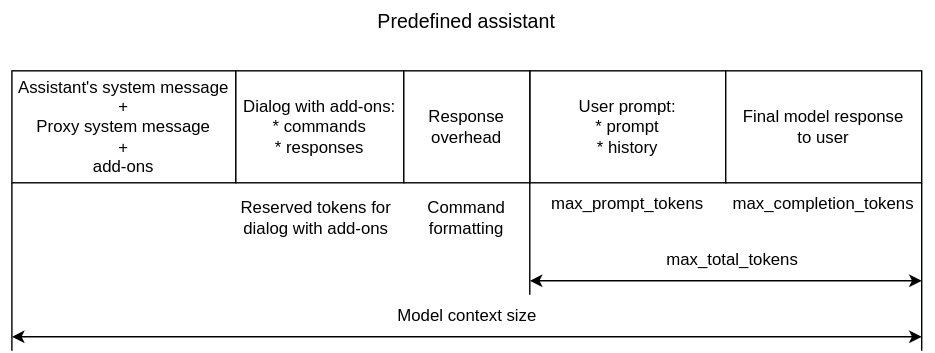
Earlier version of the draw.io export generic_assistant_context_breakdown.svg (epam/ai-dial-assistant). Source tidied: cells renumbered, new cells last; positions are measured from the earlier drawing's top-left corner, leaving out a move shared by most shapes. Source of this version:
```xml
<mxGraphModel>
  <root>
    <mxCell id="0" />
    <mxCell id="1" parent="0" />
    <mxCell id="2" value="Assistant's system message&lt;br&gt;+&lt;br&gt;Proxy system message&lt;br&gt;+&lt;br&gt;add-ons" style="rounded=0;whiteSpace=wrap;html=1;" parent="1" vertex="1">
      <mxGeometry y="50" width="160" height="80" as="geometry" />
    </mxCell>
    <mxCell id="3" value="User prompt:&lt;br&gt;* prompt&lt;br&gt;* history" style="rounded=0;whiteSpace=wrap;html=1;" parent="1" vertex="1">
      <mxGeometry x="370" y="50" width="140" height="80" as="geometry" />
    </mxCell>
    <mxCell id="4" value="Dialog with add-ons:&lt;br&gt;* commands&lt;br&gt;* responses" style="rounded=0;whiteSpace=wrap;html=1;" parent="1" vertex="1">
      <mxGeometry x="160" y="50" width="120" height="80" as="geometry" />
    </mxCell>
    <mxCell id="5" value="&lt;font style=&quot;font-size: 14px;&quot;&gt;Predefined assistant&lt;/font&gt;" style="text;html=1;strokeColor=none;fillColor=none;align=center;verticalAlign=middle;whiteSpace=wrap;rounded=0;" parent="1" vertex="1">
      <mxGeometry x="235" width="180" height="30" as="geometry" />
    </mxCell>
    <mxCell id="6" value="Final model response&lt;br&gt;to user" style="rounded=0;whiteSpace=wrap;html=1;" parent="1" vertex="1">
      <mxGeometry x="510" y="50" width="140" height="80" as="geometry" />
    </mxCell>
    <mxCell id="7" value="max_prompt_tokens" style="text;html=1;strokeColor=none;fillColor=none;align=center;verticalAlign=middle;whiteSpace=wrap;rounded=0;" parent="1" vertex="1">
      <mxGeometry x="380" y="130" width="120" height="30" as="geometry" />
    </mxCell>
    <mxCell id="8" value="max_completion_tokens" style="text;html=1;strokeColor=none;fillColor=none;align=center;verticalAlign=middle;whiteSpace=wrap;rounded=0;" parent="1" vertex="1">
      <mxGeometry x="510" y="130" width="140" height="30" as="geometry" />
    </mxCell>
    <mxCell id="9" style="endArrow=none;html=1;rounded=0;entryX=0;entryY=1;entryDx=0;entryDy=0;" parent="1" edge="1" target="3">
      <mxGeometry relative="1" as="geometry">
        <mxPoint x="370" y="210" as="sourcePoint" />
      </mxGeometry>
    </mxCell>
    <mxCell id="10" value="Reserved tokens for dialog with add-ons" style="text;html=1;strokeColor=none;fillColor=none;align=center;verticalAlign=middle;whiteSpace=wrap;rounded=0;" parent="1" vertex="1">
      <mxGeometry x="160" y="140" width="115" height="30" as="geometry" />
    </mxCell>
    <mxCell id="11" style="endArrow=none;html=1;rounded=0;entryX=1;entryY=1;entryDx=0;entryDy=0;" parent="1" edge="1" target="6">
      <mxGeometry relative="1" as="geometry">
        <mxPoint x="650" y="250" as="sourcePoint" />
      </mxGeometry>
    </mxCell>
    <mxCell id="12" style="endArrow=classic;startArrow=classic;html=1;rounded=0;fontStyle=0;" parent="1" edge="1">
      <mxGeometry relative="1" as="geometry">
        <mxPoint x="370" y="200" as="sourcePoint" />
        <mxPoint x="650" y="200" as="targetPoint" />
      </mxGeometry>
    </mxCell>
    <mxCell id="13" value="max_total_tokens" style="text;html=1;strokeColor=none;fillColor=none;align=center;verticalAlign=middle;whiteSpace=wrap;rounded=0;" parent="1" vertex="1">
      <mxGeometry x="460" y="170" width="110" height="30" as="geometry" />
    </mxCell>
    <mxCell id="14" value="Response&lt;br&gt;overhead" style="rounded=0;whiteSpace=wrap;html=1;" parent="1" vertex="1">
      <mxGeometry x="280" y="50" width="90" height="80" as="geometry" />
    </mxCell>
    <mxCell id="15" value="Command formatting" style="text;html=1;strokeColor=none;fillColor=none;align=center;verticalAlign=middle;whiteSpace=wrap;rounded=0;" parent="1" vertex="1">
      <mxGeometry x="295" y="140" width="60" height="30" as="geometry" />
    </mxCell>
    <mxCell id="16" style="endArrow=none;html=1;rounded=0;entryX=0;entryY=1;entryDx=0;entryDy=0;" parent="1" edge="1" target="2">
      <mxGeometry relative="1" as="geometry">
        <mxPoint y="250" as="sourcePoint" />
      </mxGeometry>
    </mxCell>
    <mxCell id="17" style="endArrow=classic;startArrow=classic;html=1;rounded=0;" parent="1" edge="1">
      <mxGeometry relative="1" as="geometry">
        <mxPoint y="240" as="sourcePoint" />
        <mxPoint x="650" y="240" as="targetPoint" />
      </mxGeometry>
    </mxCell>
    <mxCell id="18" value="Model context size" style="text;html=1;strokeColor=none;fillColor=none;align=center;verticalAlign=middle;whiteSpace=wrap;rounded=0;" parent="1" vertex="1">
      <mxGeometry x="272.5" y="210" width="105" height="30" as="geometry" />
    </mxCell>
  </root>
</mxGraphModel>
```
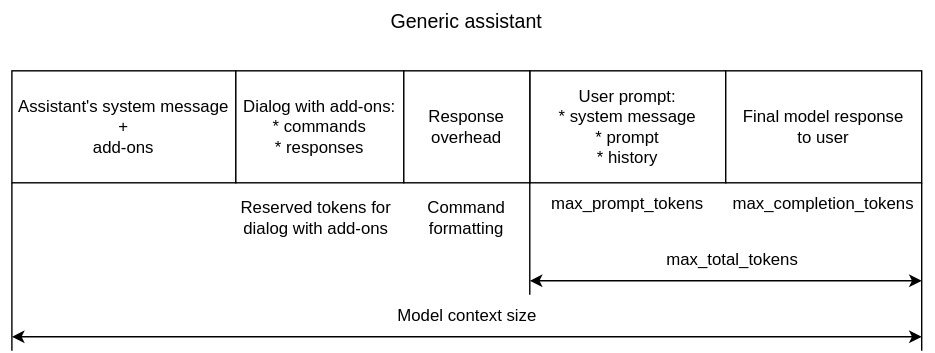
Above is the later version.

What changed in the source:
```diff
@@ -2,16 +2,16 @@
   <root>
     <mxCell id="0" />
     <mxCell id="1" parent="0" />
-    <mxCell id="2" value="Assistant's system message&lt;br&gt;+&lt;br&gt;Proxy system message&lt;br&gt;+&lt;br&gt;add-ons" style="rounded=0;whiteSpace=wrap;html=1;" parent="1" vertex="1">
+    <mxCell id="2" value="Assistant's system message&lt;br&gt;+&lt;br&gt;add-ons" style="rounded=0;whiteSpace=wrap;html=1;" parent="1" vertex="1">
       <mxGeometry y="50" width="160" height="80" as="geometry" />
     </mxCell>
-    <mxCell id="3" value="User prompt:&lt;br&gt;* prompt&lt;br&gt;* history" style="rounded=0;whiteSpace=wrap;html=1;" parent="1" vertex="1">
+    <mxCell id="3" value="User prompt:&lt;br&gt;* system message&lt;br&gt;* prompt&lt;br&gt;* history" style="rounded=0;whiteSpace=wrap;html=1;" parent="1" vertex="1">
       <mxGeometry x="370" y="50" width="140" height="80" as="geometry" />
     </mxCell>
     <mxCell id="4" value="Dialog with add-ons:&lt;br&gt;* commands&lt;br&gt;* responses" style="rounded=0;whiteSpace=wrap;html=1;" parent="1" vertex="1">
       <mxGeometry x="160" y="50" width="120" height="80" as="geometry" />
     </mxCell>
-    <mxCell id="5" value="&lt;font style=&quot;font-size: 14px;&quot;&gt;Predefined assistant&lt;/font&gt;" style="text;html=1;strokeColor=none;fillColor=none;align=center;verticalAlign=middle;whiteSpace=wrap;rounded=0;" parent="1" vertex="1">
+    <mxCell id="5" value="&lt;font style=&quot;font-size: 14px;&quot;&gt;Generic assistant&lt;/font&gt;" style="text;html=1;strokeColor=none;fillColor=none;align=center;verticalAlign=middle;whiteSpace=wrap;rounded=0;" parent="1" vertex="1">
       <mxGeometry x="235" width="180" height="30" as="geometry" />
     </mxCell>
     <mxCell id="6" value="Final model response&lt;br&gt;to user" style="rounded=0;whiteSpace=wrap;html=1;" parent="1" vertex="1">
```
